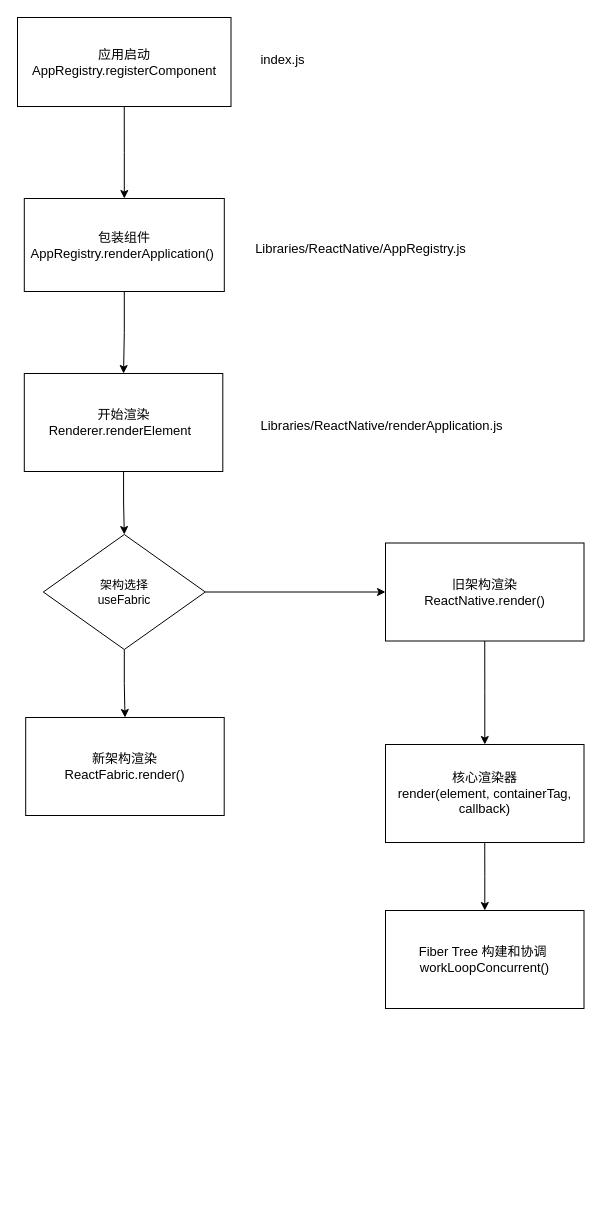
Earlier version of the draw.io diagram 未命名绘图1.drawio (MrDreamCatcher/jisaw). Source tidied: cells renumbered, new cells numbered last; positions are measured from the earlier drawing's top-left corner, leaving out a move shared by most shapes. Both pictures are drawn from the tidied source at 100%, with x=0, y=0 at pixel (17, 17).
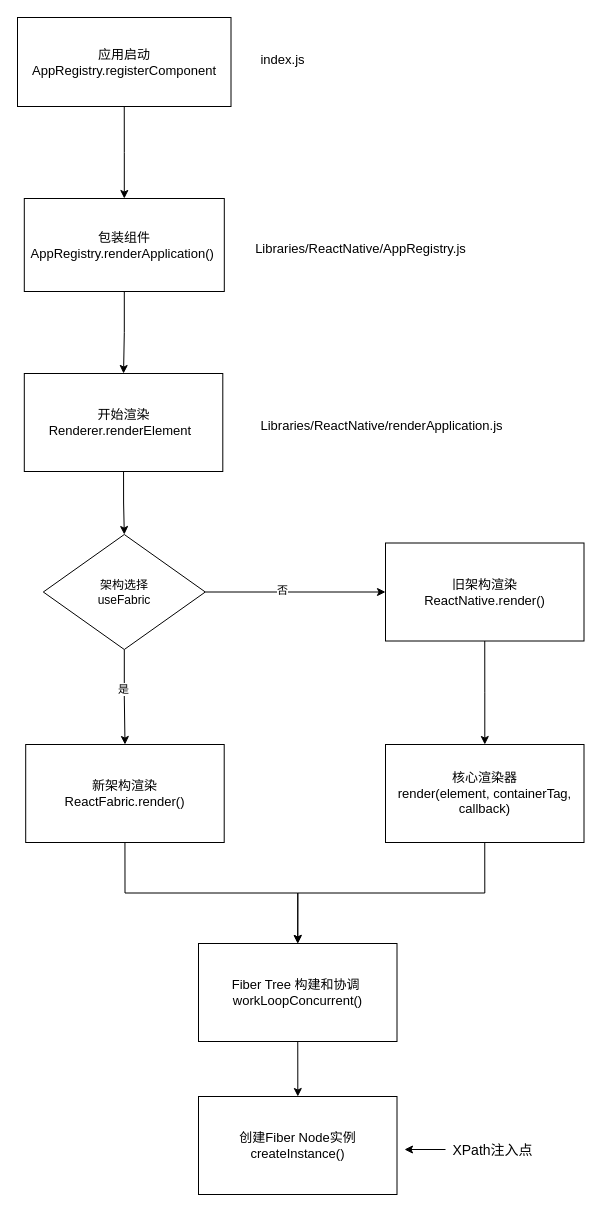
After the change.

Commit message:
更新未命名绘图1.drawio

The change refers to these unchanged cells:
```xml
<mxCell id="11" style="edgeStyle=orthogonalEdgeStyle;rounded=0;jettySize=auto;html=1;exitX=0.5;exitY=1;exitDx=0;exitDy=0;" parent="1" edge="1" source="13" target="14">
  <mxGeometry relative="1" as="geometry" />
</mxCell>
<mxCell id="12" style="edgeStyle=orthogonalEdgeStyle;rounded=0;jettySize=auto;html=1;exitX=1;exitY=0.5;exitDx=0;exitDy=0;entryX=0;entryY=0.5;entryDx=0;entryDy=0;" parent="1" edge="1" source="13" target="16">
  <mxGeometry relative="1" as="geometry" />
</mxCell>
<mxCell id="18" value="&lt;div&gt;核心渲染器&lt;/div&gt;render(element, containerTag, callback)" style="rounded=0;whiteSpace=wrap;html=1;fontSize=13;" parent="1" vertex="1">
  <mxGeometry x="368" y="727" width="198.5" height="98" as="geometry" />
</mxCell>
```

Change to the diagram source:
```diff
@@
+    <mxCell id="20" value="是" style="edgeLabel;html=1;align=center;verticalAlign=middle;" parent="11" vertex="1">
+      <mxGeometry x="-0.22" y="1" relative="1" as="geometry">
+        <mxPoint x="-2" y="2" as="offset" />
+      </mxGeometry>
+    </mxCell>
@@
+    <mxCell id="21" value="否" style="edgeLabel;html=1;align=center;verticalAlign=middle;" parent="12" vertex="1">
+      <mxGeometry x="-0.08" y="2" relative="1" as="geometry">
+        <mxPoint x="-6" as="offset" />
+      </mxGeometry>
+    </mxCell>
@@
+    <mxCell id="22" style="edgeStyle=orthogonalEdgeStyle;rounded=0;jettySize=auto;html=1;exitX=0.5;exitY=1;exitDx=0;exitDy=0;entryX=0.5;entryY=0;entryDx=0;entryDy=0;" parent="1" edge="1" source="14" target="19">
+      <mxGeometry relative="1" as="geometry" />
+    </mxCell>
     <mxCell id="14" value="&lt;div&gt;新架构渲染&lt;/div&gt;ReactFabric.render()" style="rounded=0;whiteSpace=wrap;html=1;fontSize=13;" parent="1" vertex="1">
-      <mxGeometry x="8.2" y="700" width="198.5" height="98" as="geometry" />
+      <mxGeometry x="8.2" y="727" width="198.5" height="98" as="geometry" />
     </mxCell>
@@
-    <mxCell id="17" style="edgeStyle=orthogonalEdgeStyle;rounded=0;jettySize=auto;html=1;exitX=0.5;exitY=1;exitDx=0;exitDy=0;" parent="1" edge="1" source="18" target="19">
+    <mxCell id="17" style="edgeStyle=orthogonalEdgeStyle;rounded=0;jettySize=auto;html=1;exitX=0.5;exitY=1;exitDx=0;exitDy=0;entryX=0.5;entryY=0;entryDx=0;entryDy=0;" parent="1" edge="1" source="18" target="19">
       <mxGeometry relative="1" as="geometry" />
     </mxCell>
@@
+    <mxCell id="23" style="edgeStyle=orthogonalEdgeStyle;rounded=0;jettySize=auto;html=1;exitX=0.5;exitY=1;exitDx=0;exitDy=0;" parent="1" edge="1" source="19" target="24">
+      <mxGeometry relative="1" as="geometry" />
+    </mxCell>
     <mxCell id="19" value="&lt;div&gt;Fiber Tree 构建和协调&amp;nbsp;&lt;/div&gt;workLoopConcurrent()" style="rounded=0;whiteSpace=wrap;html=1;fontSize=13;" parent="1" vertex="1">
-      <mxGeometry x="368" y="893" width="198.5" height="98" as="geometry" />
+      <mxGeometry x="181" y="926" width="198.5" height="98" as="geometry" />
     </mxCell>
+    <mxCell id="24" value="&lt;div&gt;创建Fiber Node实例&lt;/div&gt;createInstance()" style="rounded=0;whiteSpace=wrap;html=1;fontSize=13;" parent="1" vertex="1">
+      <mxGeometry x="181" y="1079" width="198.5" height="98" as="geometry" />
+    </mxCell>
+    <mxCell id="25" style="endArrow=classic;html=1;rounded=0;" parent="1" edge="1">
+      <mxGeometry relative="1" as="geometry">
+        <mxPoint x="428" y="1132" as="sourcePoint" />
+        <mxPoint x="387" y="1132" as="targetPoint" />
+      </mxGeometry>
+    </mxCell>
+    <mxCell id="26" value="XPath注入点" style="text;html=1;whiteSpace=wrap;strokeColor=none;fillColor=none;align=center;verticalAlign=middle;rounded=0;fontSize=14;" parent="1" vertex="1">
+      <mxGeometry x="430" y="1116" width="91" height="33" as="geometry" />
+    </mxCell>
```
